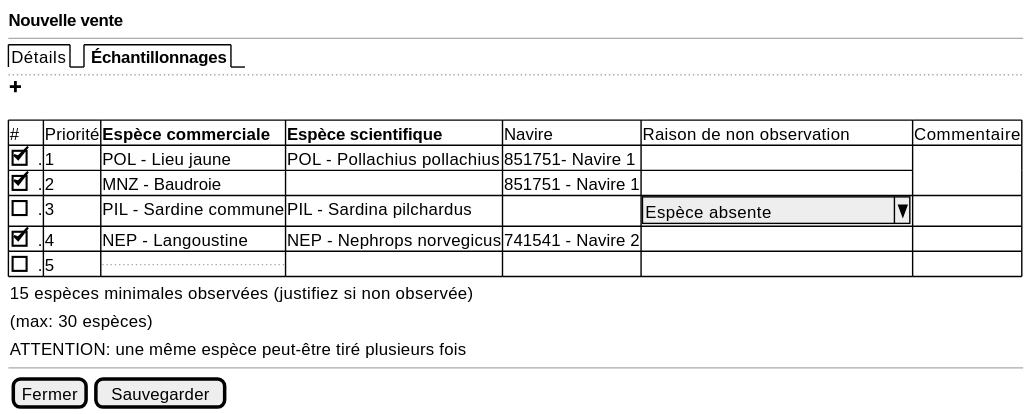
Above: projects/obsvente/spe/images/landings-table.svg in sumaris-net/sumaris-doc (PlantUML), before the change.
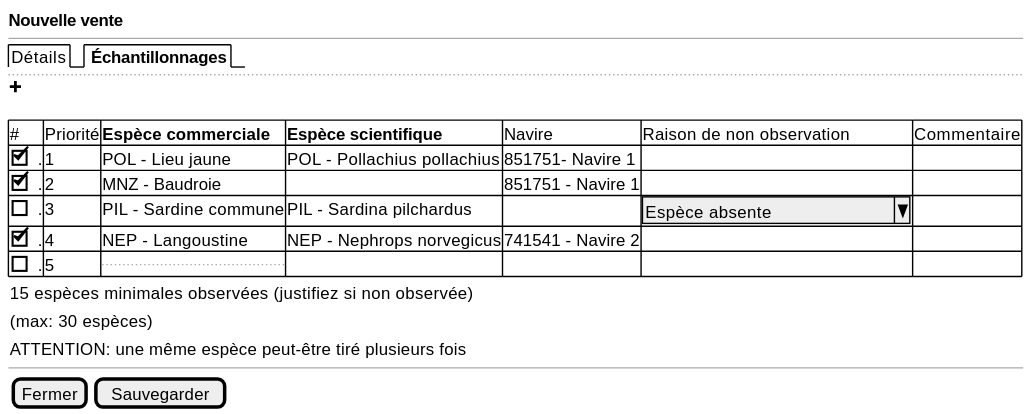
The same diagram one commit later.

The edit, as a diff of the source:
```diff
@@ -9,8 +9,8 @@
 	{#
 
       # | Priorité | <b>Espèce commerciale | <b>Espèce scientifique             | Navire | Raison de non observation | Commentaire
-      [X] . | 1 | POL - Lieu jaune | POL - Pollachius pollachius | 851751- Navire 1 | .
-      [X] . | 2 | MNZ - Baudroie | . | 851751 - Navire 1 | .
+      [X] . | 1 | POL - Lieu jaune | POL - Pollachius pollachius | 851751- Navire 1 | . | .
+      [X] . | 2 | MNZ - Baudroie | . | 851751 - Navire 1 | . | .
       [ ] . | 3 | PIL - Sardine commune | PIL - Sardina pilchardus | . | ^ Espèce absente       ^ | .
       [X] . | 4 | NEP - Langoustine | NEP - Nephrops norvegicus   | 741541 - Navire 2 | . | .
       [ ] . | 5 | ... | . | . | .
```
